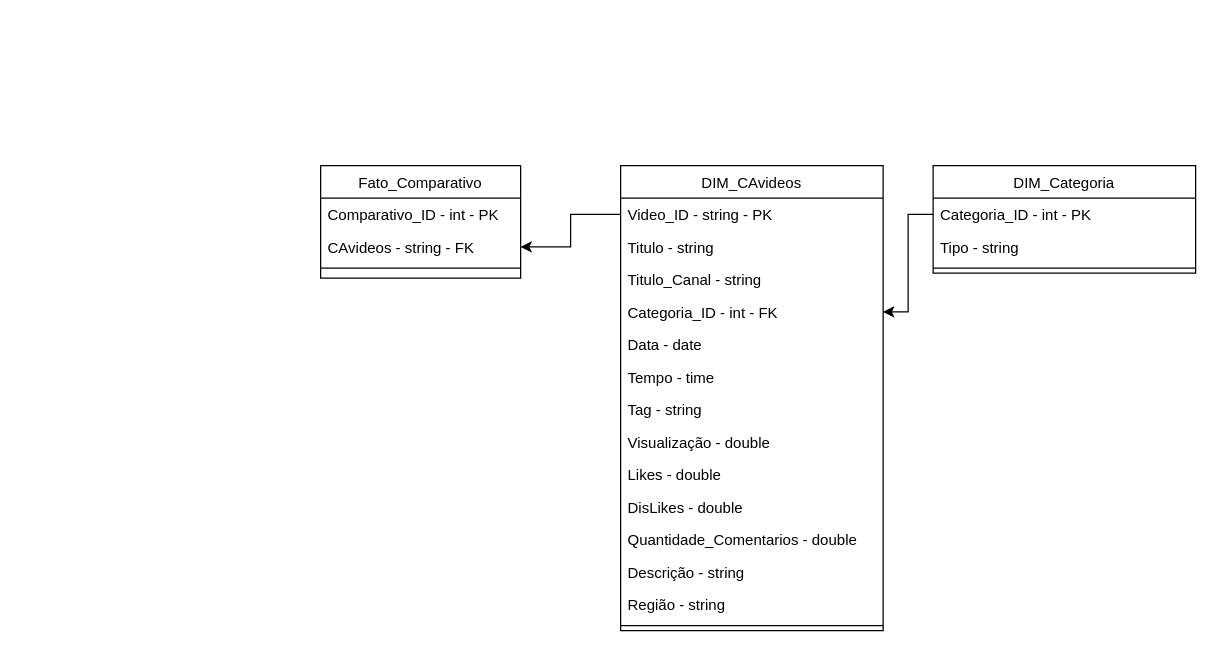
Above: unidade03/Diagrama_Projeto03unidade_EngenhariadeDados.drawio in HugoGomes35/Topicos-Especiais-em-BD (draw.io), before the change. Source tidied: cells renumbered, new cells numbered last; positions are measured from the earlier drawing's top-left corner, leaving out a move shared by most shapes. Both pictures are drawn from the tidied source at 125%, with x=0, y=0 at pixel (320, 165).
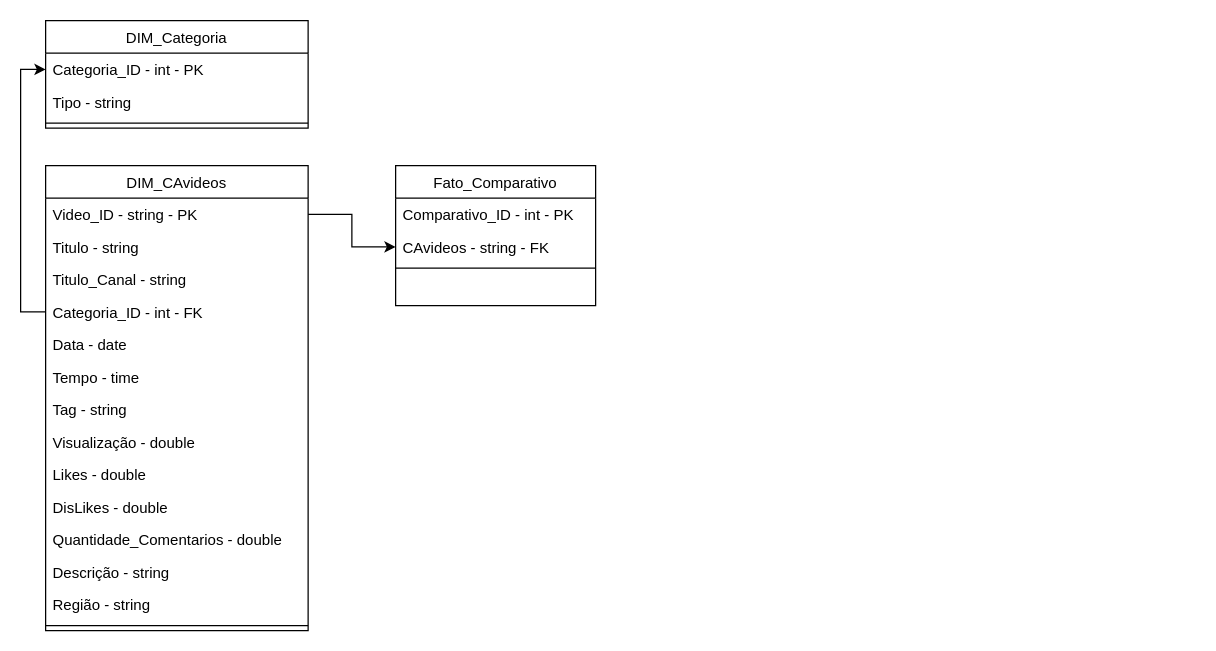
After the change.

Unchanged cells that the change refers to:
```xml
<mxCell id="3" value="Video_ID - string - PK" style="text;align=left;verticalAlign=top;spacingLeft=4;spacingRight=4;overflow=hidden;points=[[0,0.5],[1,0.5]];portConstraint=eastwest;" parent="2" vertex="1">
  <mxGeometry y="26" width="210" height="26" as="geometry" />
</mxCell>
<mxCell id="6" value="Categoria_ID - int - FK" style="text;align=left;verticalAlign=top;spacingLeft=4;spacingRight=4;overflow=hidden;points=[[0,0.5],[1,0.5]];portConstraint=eastwest;" parent="2" vertex="1">
  <mxGeometry y="104" width="210" height="26" as="geometry" />
</mxCell>
<mxCell id="19" value="CAvideos - string - FK" style="text;align=left;verticalAlign=top;spacingLeft=4;spacingRight=4;overflow=hidden;points=[[0,0.5],[1,0.5]];portConstraint=eastwest;rounded=0;shadow=0;html=0;" parent="17" vertex="1">
  <mxGeometry y="52" width="160" height="26" as="geometry" />
</mxCell>
<mxCell id="22" value="Categoria_ID - int - PK" style="text;align=left;verticalAlign=top;spacingLeft=4;spacingRight=4;overflow=hidden;points=[[0,0.5],[1,0.5]];portConstraint=eastwest;" parent="21" vertex="1">
  <mxGeometry y="26" width="210" height="26" as="geometry" />
</mxCell>
```

Diff of the diagram source:
```diff
@@
     <mxCell id="2" value="DIM_CAvideos" style="swimlane;fontStyle=0;align=center;verticalAlign=top;horizontal=1;startSize=26;rounded=0;shadow=0;strokeWidth=1;" parent="1" vertex="1">
-      <mxGeometry x="240" width="210" height="372" as="geometry" />
+      <mxGeometry x="-220" width="210" height="372" as="geometry" />
     </mxCell>
@@
     <mxCell id="17" value="Fato_Comparativo&#10;" style="swimlane;fontStyle=0;align=center;verticalAlign=top;horizontal=1;startSize=26;rounded=0;shadow=0;strokeWidth=1;" parent="1" vertex="1">
-      <mxGeometry width="160" height="90" as="geometry" />
+      <mxGeometry x="60" width="160" height="112" as="geometry" />
     </mxCell>
@@
     <mxCell id="21" value="DIM_Categoria" style="swimlane;fontStyle=0;align=center;verticalAlign=top;horizontal=1;startSize=26;rounded=0;shadow=0;strokeWidth=1;" parent="1" vertex="1">
-      <mxGeometry x="490" width="210" height="86" as="geometry" />
+      <mxGeometry x="-220" y="-116" width="210" height="86" as="geometry" />
     </mxCell>
@@
+    <mxCell id="27" style="edgeStyle=orthogonalEdgeStyle;rounded=0;jettySize=auto;html=1;entryX=0;entryY=0.5;entryDx=0;entryDy=0;" parent="1" edge="1" source="6" target="22">
+      <mxGeometry relative="1" as="geometry" />
+    </mxCell>
-    <mxCell id="25" style="edgeStyle=orthogonalEdgeStyle;rounded=0;jettySize=auto;html=1;entryX=1;entryY=0.5;entryDx=0;entryDy=0;" parent="1" edge="1" source="3" target="19">
+    <mxCell id="25" style="edgeStyle=orthogonalEdgeStyle;rounded=0;jettySize=auto;html=1;" parent="1" edge="1" source="3" target="19">
       <mxGeometry relative="1" as="geometry" />
     </mxCell>
-    <mxCell id="26" style="edgeStyle=orthogonalEdgeStyle;rounded=0;jettySize=auto;html=1;entryX=1;entryY=0.5;entryDx=0;entryDy=0;" parent="1" edge="1" source="22" target="6">
-      <mxGeometry relative="1" as="geometry" />
-    </mxCell>
```
